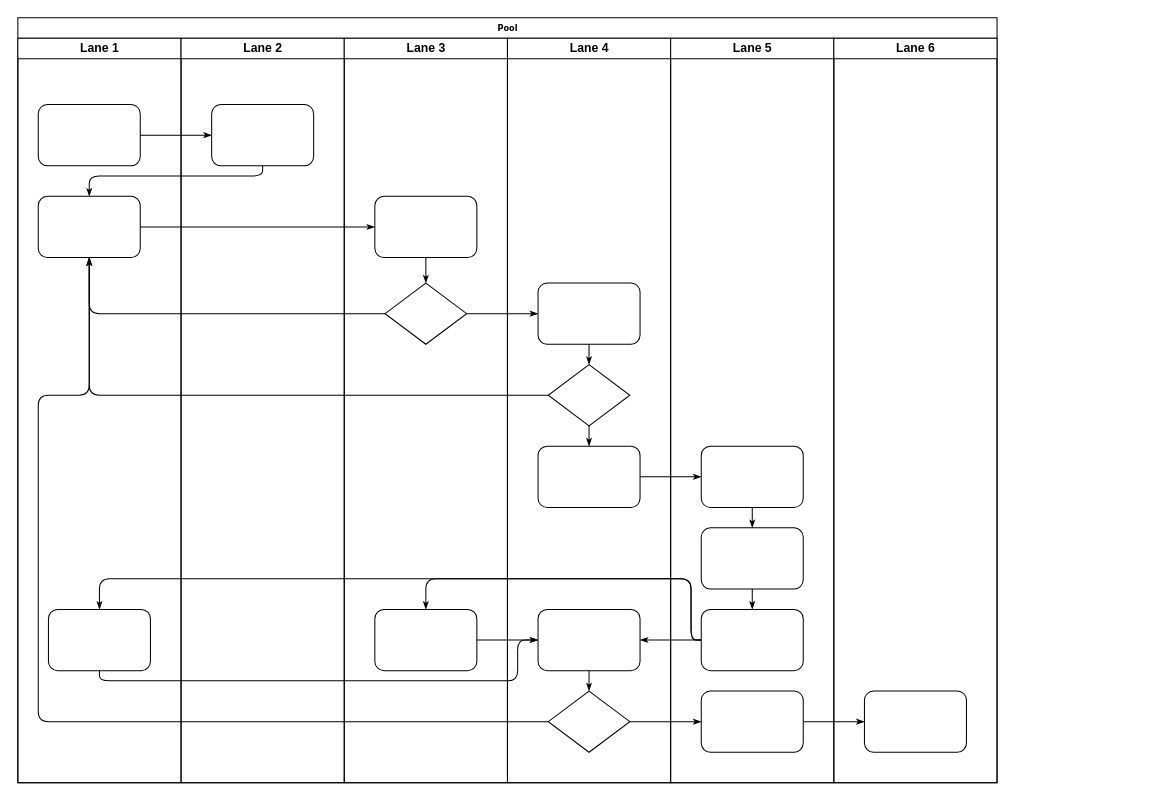
Before: Untitled Diagram.drawio in mving/Sistemas-de-informacion, a draw.io diagram. Source tidied: cells renumbered, new cells numbered last; positions are measured from the earlier drawing's top-left corner, leaving out a move shared by most shapes. Both pictures are drawn from the tidied source at 102%, with x=0, y=0 at pixel (17, 17).
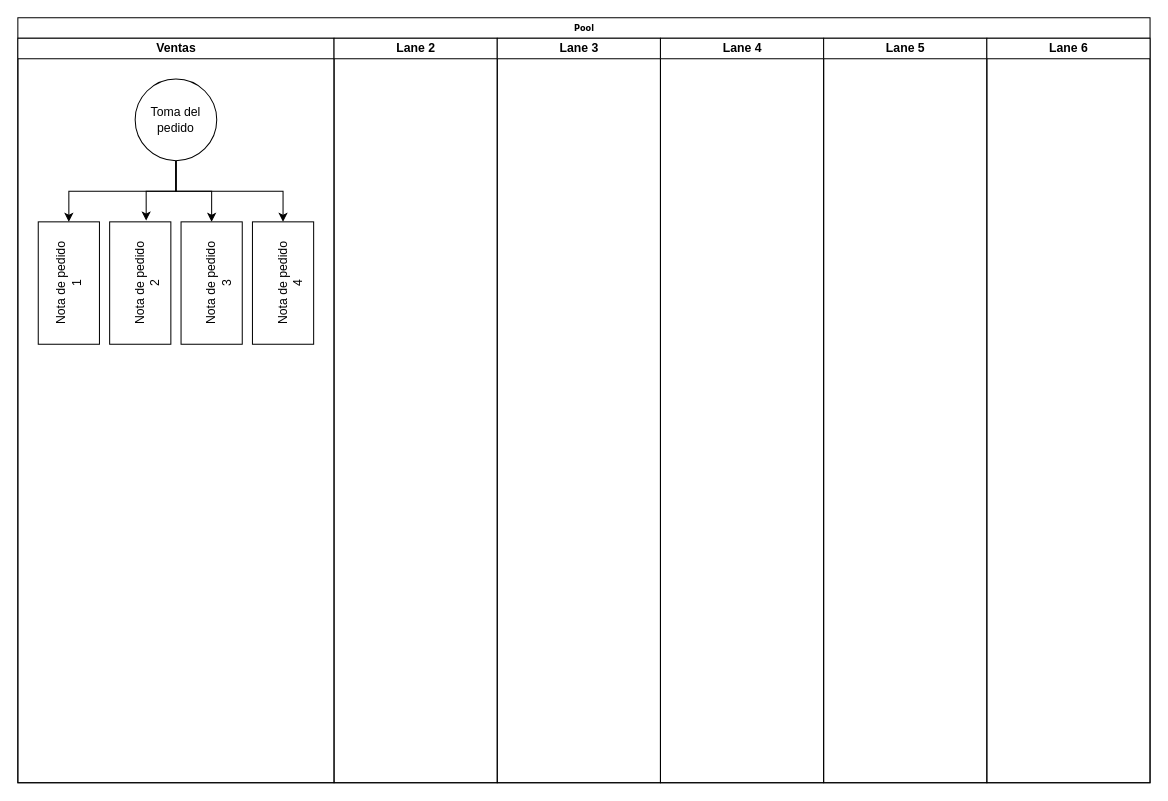
The same page after the edit.

What changed in the source:
```diff
@@
     <mxCell id="2" value="Pool" style="swimlane;html=1;startSize=20;rounded=0;shadow=0;labelBackgroundColor=none;strokeWidth=1;fontFamily=Verdana;fontSize=8;align=center;" parent="1" vertex="1">
-      <mxGeometry width="960" height="750" as="geometry" />
+      <mxGeometry width="1110" height="750" as="geometry" />
     </mxCell>
-    <mxCell id="3" value="Lane 1" style="swimlane;html=1;startSize=20;" parent="2" vertex="1">
-      <mxGeometry y="20" width="160" height="730" as="geometry" />
+    <mxCell id="3" value="Ventas" style="swimlane;html=1;startSize=20;" parent="2" vertex="1">
+      <mxGeometry y="20" width="310" height="730" as="geometry" />
     </mxCell>
-    <mxCell id="4" style="rounded=1;whiteSpace=wrap;html=1;shadow=0;labelBackgroundColor=none;strokeWidth=1;fontFamily=Verdana;fontSize=8;align=center;" parent="3" vertex="1">
-      <mxGeometry x="20" y="65" width="100" height="60" as="geometry" />
-    </mxCell>
-    <mxCell id="5" style="rounded=1;whiteSpace=wrap;html=1;shadow=0;labelBackgroundColor=none;strokeWidth=1;fontFamily=Verdana;fontSize=8;align=center;" parent="3" vertex="1">
-      <mxGeometry x="20" y="155" width="100" height="60" as="geometry" />
-    </mxCell>
-    <mxCell id="6" style="rounded=1;whiteSpace=wrap;html=1;shadow=0;labelBackgroundColor=none;strokeWidth=1;fontFamily=Verdana;fontSize=8;align=center;" parent="3" vertex="1">
-      <mxGeometry x="30" y="560" width="100" height="60" as="geometry" />
-    </mxCell>
-    <mxCell id="7" style="edgeStyle=orthogonalEdgeStyle;rounded=1;html=1;labelBackgroundColor=none;startArrow=none;startFill=0;startSize=5;endArrow=classicThin;endFill=1;endSize=5;jettySize=auto;strokeWidth=1;fontFamily=Verdana;fontSize=8;" parent="2" edge="1" source="4" target="23">
-      <mxGeometry relative="1" as="geometry" />
-    </mxCell>
-    <mxCell id="8" style="edgeStyle=orthogonalEdgeStyle;rounded=1;html=1;labelBackgroundColor=none;startArrow=none;startFill=0;startSize=5;endArrow=classicThin;endFill=1;endSize=5;jettySize=auto;strokeWidth=1;fontFamily=Verdana;fontSize=8;" parent="2" edge="1" source="23" target="5">
-      <mxGeometry relative="1" as="geometry">
-        <Array as="points">
-          <mxPoint x="240" y="155" />
-          <mxPoint x="70" y="155" />
-        </Array>
-      </mxGeometry>
-    </mxCell>
-    <mxCell id="9" style="edgeStyle=orthogonalEdgeStyle;rounded=1;html=1;labelBackgroundColor=none;startArrow=none;startFill=0;startSize=5;endArrow=classicThin;endFill=1;endSize=5;jettySize=auto;strokeWidth=1;fontFamily=Verdana;fontSize=8;" parent="2" edge="1" source="5" target="25">
-      <mxGeometry relative="1" as="geometry" />
-    </mxCell>
-    <mxCell id="10" style="edgeStyle=orthogonalEdgeStyle;rounded=1;html=1;labelBackgroundColor=none;startArrow=none;startFill=0;startSize=5;endArrow=classicThin;endFill=1;endSize=5;jettySize=auto;strokeWidth=1;fontFamily=Verdana;fontSize=8;" parent="2" edge="1" source="26" target="5">
-      <mxGeometry relative="1" as="geometry" />
-    </mxCell>
-    <mxCell id="11" style="edgeStyle=orthogonalEdgeStyle;rounded=1;html=1;labelBackgroundColor=none;startArrow=none;startFill=0;startSize=5;endArrow=classicThin;endFill=1;endSize=5;jettySize=auto;strokeWidth=1;fontFamily=Verdana;fontSize=8;" parent="2" edge="1" source="31" target="5">
-      <mxGeometry relative="1" as="geometry" />
-    </mxCell>
-    <mxCell id="12" style="edgeStyle=orthogonalEdgeStyle;rounded=1;html=1;labelBackgroundColor=none;startArrow=none;startFill=0;startSize=5;endArrow=classicThin;endFill=1;endSize=5;jettySize=auto;strokeWidth=1;fontFamily=Verdana;fontSize=8;" parent="2" edge="1" source="34" target="5">
-      <mxGeometry relative="1" as="geometry">
-        <Array as="points">
-          <mxPoint x="20" y="690" />
-          <mxPoint x="20" y="370" />
-          <mxPoint x="70" y="370" />
-        </Array>
-      </mxGeometry>
-    </mxCell>
-    <mxCell id="13" style="edgeStyle=orthogonalEdgeStyle;rounded=1;html=1;labelBackgroundColor=none;startArrow=none;startFill=0;startSize=5;endArrow=classicThin;endFill=1;endSize=5;jettySize=auto;strokeWidth=1;fontFamily=Verdana;fontSize=8;" parent="2" edge="1" source="26" target="30">
-      <mxGeometry relative="1" as="geometry" />
-    </mxCell>
-    <mxCell id="14" style="edgeStyle=orthogonalEdgeStyle;rounded=1;html=1;labelBackgroundColor=none;startArrow=none;startFill=0;startSize=5;endArrow=classicThin;endFill=1;endSize=5;jettySize=auto;strokeWidth=1;fontFamily=Verdana;fontSize=8;" parent="2" edge="1" source="34" target="42">
-      <mxGeometry relative="1" as="geometry" />
-    </mxCell>
-    <mxCell id="15" style="edgeStyle=orthogonalEdgeStyle;rounded=1;html=1;labelBackgroundColor=none;startArrow=none;startFill=0;startSize=5;endArrow=classicThin;endFill=1;endSize=5;jettySize=auto;strokeWidth=1;fontFamily=Verdana;fontSize=8;" parent="2" edge="1" source="42" target="46">
-      <mxGeometry relative="1" as="geometry" />
-    </mxCell>
-    <mxCell id="16" style="edgeStyle=orthogonalEdgeStyle;rounded=1;html=1;labelBackgroundColor=none;startArrow=none;startFill=0;startSize=5;endArrow=classicThin;endFill=1;endSize=5;jettySize=auto;strokeWidth=1;fontFamily=Verdana;fontSize=8;" parent="2" edge="1" source="32" target="39">
-      <mxGeometry relative="1" as="geometry" />
-    </mxCell>
-    <mxCell id="17" style="edgeStyle=orthogonalEdgeStyle;rounded=1;html=1;labelBackgroundColor=none;startArrow=none;startFill=0;startSize=5;endArrow=classicThin;endFill=1;endSize=5;jettySize=auto;strokeWidth=1;fontFamily=Verdana;fontSize=8;" parent="2" edge="1" source="41" target="27">
-      <mxGeometry relative="1" as="geometry">
-        <Array as="points">
-          <mxPoint x="660" y="610" />
-          <mxPoint x="660" y="550" />
-          <mxPoint x="400" y="550" />
-        </Array>
-      </mxGeometry>
-    </mxCell>
-    <mxCell id="18" style="edgeStyle=orthogonalEdgeStyle;rounded=1;html=1;labelBackgroundColor=none;startArrow=none;startFill=0;startSize=5;endArrow=classicThin;endFill=1;endSize=5;jettySize=auto;strokeColor=#000000;strokeWidth=1;fontFamily=Verdana;fontSize=8;fontColor=#000000;" parent="2" edge="1" source="41" target="33">
-      <mxGeometry relative="1" as="geometry" />
-    </mxCell>
-    <mxCell id="19" style="edgeStyle=orthogonalEdgeStyle;rounded=1;html=1;labelBackgroundColor=none;startArrow=none;startFill=0;startSize=5;endArrow=classicThin;endFill=1;endSize=5;jettySize=auto;strokeWidth=1;fontFamily=Verdana;fontSize=8;" parent="2" edge="1" source="41" target="6">
-      <mxGeometry relative="1" as="geometry">
-        <Array as="points">
-          <mxPoint x="660" y="610" />
-          <mxPoint x="660" y="550" />
-          <mxPoint x="80" y="550" />
-        </Array>
-      </mxGeometry>
-    </mxCell>
-    <mxCell id="20" style="edgeStyle=orthogonalEdgeStyle;rounded=1;html=1;labelBackgroundColor=none;startArrow=none;startFill=0;startSize=5;endArrow=classicThin;endFill=1;endSize=5;jettySize=auto;strokeWidth=1;fontFamily=Verdana;fontSize=8;" parent="2" edge="1" source="6" target="33">
-      <mxGeometry relative="1" as="geometry">
-        <Array as="points">
-          <mxPoint x="80" y="650" />
-          <mxPoint x="490" y="650" />
-          <mxPoint x="490" y="610" />
-        </Array>
-      </mxGeometry>
-    </mxCell>
-    <mxCell id="21" style="edgeStyle=orthogonalEdgeStyle;rounded=1;html=1;labelBackgroundColor=none;startArrow=none;startFill=0;startSize=5;endArrow=classicThin;endFill=1;endSize=5;jettySize=auto;strokeWidth=1;fontFamily=Verdana;fontSize=8;" parent="2" edge="1" source="27" target="33">
-      <mxGeometry relative="1" as="geometry" />
-    </mxCell>
+    <mxCell id="47" style="edgeStyle=orthogonalEdgeStyle;rounded=0;jettySize=auto;html=1;exitX=0.5;exitY=1;exitDx=0;exitDy=0;entryX=1;entryY=0.5;entryDx=0;entryDy=0;" parent="3" edge="1" source="51" target="54">
+      <mxGeometry relative="1" as="geometry" />
+    </mxCell>
+    <mxCell id="48" style="edgeStyle=orthogonalEdgeStyle;rounded=0;jettySize=auto;html=1;entryX=1.01;entryY=0.597;entryDx=0;entryDy=0;entryPerimeter=0;" parent="3" edge="1" source="51" target="53">
+      <mxGeometry relative="1" as="geometry" />
+    </mxCell>
+    <mxCell id="49" style="edgeStyle=orthogonalEdgeStyle;rounded=0;jettySize=auto;html=1;exitX=0.5;exitY=1;exitDx=0;exitDy=0;entryX=1;entryY=0.5;entryDx=0;entryDy=0;" parent="3" edge="1" source="51" target="55">
+      <mxGeometry relative="1" as="geometry" />
+    </mxCell>
+    <mxCell id="50" style="edgeStyle=orthogonalEdgeStyle;rounded=0;jettySize=auto;html=1;" parent="3" edge="1" source="51" target="52">
+      <mxGeometry relative="1" as="geometry">
+        <Array as="points">
+          <mxPoint x="155" y="150" />
+          <mxPoint x="50" y="150" />
+        </Array>
+      </mxGeometry>
+    </mxCell>
+    <mxCell id="51" value="Toma del pedido" style="ellipse;whiteSpace=wrap;html=1;" parent="3" vertex="1">
+      <mxGeometry x="115" y="40" width="80" height="80" as="geometry" />
+    </mxCell>
+    <mxCell id="52" value="Nota de pedido&lt;br&gt;1" style="rounded=0;whiteSpace=wrap;html=1;rotation=-90;" parent="3" vertex="1">
+      <mxGeometry x="-10" y="210" width="120" height="60" as="geometry" />
+    </mxCell>
+    <mxCell id="53" value="&lt;br&gt;&lt;span style=&quot;color: rgb(0 , 0 , 0) ; font-family: &amp;#34;helvetica&amp;#34; ; font-size: 12px ; font-style: normal ; font-weight: 400 ; letter-spacing: normal ; text-align: center ; text-indent: 0px ; text-transform: none ; word-spacing: 0px ; background-color: rgb(255 , 255 , 255) ; display: inline ; float: none&quot;&gt;Nota de pedido&lt;/span&gt;&lt;br&gt;2" style="rounded=0;whiteSpace=wrap;html=1;rotation=-90;" parent="3" vertex="1">
+      <mxGeometry x="60" y="210" width="120" height="60" as="geometry" />
+    </mxCell>
+    <mxCell id="54" value="&lt;br&gt;&lt;span style=&quot;color: rgb(0 , 0 , 0) ; font-family: &amp;#34;helvetica&amp;#34; ; font-size: 12px ; font-style: normal ; font-weight: 400 ; letter-spacing: normal ; text-align: center ; text-indent: 0px ; text-transform: none ; word-spacing: 0px ; background-color: rgb(255 , 255 , 255) ; display: inline ; float: none&quot;&gt;Nota de pedido&lt;/span&gt;&lt;br&gt;4" style="rounded=0;whiteSpace=wrap;html=1;rotation=-90;" parent="3" vertex="1">
+      <mxGeometry x="200" y="210" width="120" height="60" as="geometry" />
+    </mxCell>
+    <mxCell id="55" value="&lt;br&gt;&lt;span style=&quot;color: rgb(0 , 0 , 0) ; font-family: &amp;#34;helvetica&amp;#34; ; font-size: 12px ; font-style: normal ; font-weight: 400 ; letter-spacing: normal ; text-align: center ; text-indent: 0px ; text-transform: none ; word-spacing: 0px ; background-color: rgb(255 , 255 , 255) ; display: inline ; float: none&quot;&gt;Nota de pedido&lt;/span&gt;&lt;br&gt;3" style="rounded=0;whiteSpace=wrap;html=1;rotation=-90;" parent="3" vertex="1">
+      <mxGeometry x="130" y="210" width="120" height="60" as="geometry" />
+    </mxCell>
     <mxCell id="22" value="Lane 2" style="swimlane;html=1;startSize=20;" parent="2" vertex="1">
-      <mxGeometry x="160" y="20" width="160" height="730" as="geometry" />
+      <mxGeometry x="310" y="20" width="160" height="730" as="geometry" />
     </mxCell>
-    <mxCell id="23" style="rounded=1;whiteSpace=wrap;html=1;shadow=0;labelBackgroundColor=none;strokeWidth=1;fontFamily=Verdana;fontSize=8;align=center;" parent="22" vertex="1">
-      <mxGeometry x="30" y="65" width="100" height="60" as="geometry" />
-    </mxCell>
     <mxCell id="24" value="Lane 3" style="swimlane;html=1;startSize=20;" parent="2" vertex="1">
-      <mxGeometry x="320" y="20" width="160" height="730" as="geometry" />
+      <mxGeometry x="470" y="20" width="160" height="730" as="geometry" />
     </mxCell>
-    <mxCell id="25" style="rounded=1;whiteSpace=wrap;html=1;shadow=0;labelBackgroundColor=none;strokeWidth=1;fontFamily=Verdana;fontSize=8;align=center;" parent="24" vertex="1">
-      <mxGeometry x="30" y="155" width="100" height="60" as="geometry" />
-    </mxCell>
-    <mxCell id="26" style="rhombus;whiteSpace=wrap;html=1;rounded=0;shadow=0;labelBackgroundColor=none;strokeWidth=1;fontFamily=Verdana;fontSize=8;align=center;" parent="24" vertex="1">
-      <mxGeometry x="40" y="240" width="80" height="60" as="geometry" />
-    </mxCell>
-    <mxCell id="27" style="rounded=1;whiteSpace=wrap;html=1;shadow=0;labelBackgroundColor=none;strokeWidth=1;fontFamily=Verdana;fontSize=8;align=center;" parent="24" vertex="1">
-      <mxGeometry x="30" y="560" width="100" height="60" as="geometry" />
-    </mxCell>
-    <mxCell id="28" style="edgeStyle=orthogonalEdgeStyle;rounded=1;html=1;labelBackgroundColor=none;startArrow=none;startFill=0;startSize=5;endArrow=classicThin;endFill=1;endSize=5;jettySize=auto;strokeWidth=1;fontFamily=Verdana;fontSize=8;" parent="24" edge="1" source="25" target="26">
-      <mxGeometry relative="1" as="geometry" />
-    </mxCell>
     <mxCell id="29" value="Lane 4" style="swimlane;html=1;startSize=20;" parent="2" vertex="1">
-      <mxGeometry x="480" y="20" width="160" height="730" as="geometry" />
+      <mxGeometry x="630" y="20" width="160" height="730" as="geometry" />
     </mxCell>
-    <mxCell id="30" style="rounded=1;whiteSpace=wrap;html=1;shadow=0;labelBackgroundColor=none;strokeWidth=1;fontFamily=Verdana;fontSize=8;align=center;" parent="29" vertex="1">
-      <mxGeometry x="30" y="240" width="100" height="60" as="geometry" />
-    </mxCell>
-    <mxCell id="31" style="rhombus;whiteSpace=wrap;html=1;rounded=0;shadow=0;labelBackgroundColor=none;strokeWidth=1;fontFamily=Verdana;fontSize=8;align=center;" parent="29" vertex="1">
-      <mxGeometry x="40" y="320" width="80" height="60" as="geometry" />
-    </mxCell>
-    <mxCell id="32" style="rounded=1;whiteSpace=wrap;html=1;shadow=0;labelBackgroundColor=none;strokeWidth=1;fontFamily=Verdana;fontSize=8;align=center;" parent="29" vertex="1">
-      <mxGeometry x="30" y="400" width="100" height="60" as="geometry" />
-    </mxCell>
-    <mxCell id="33" style="rounded=1;whiteSpace=wrap;html=1;shadow=0;labelBackgroundColor=none;strokeWidth=1;fontFamily=Verdana;fontSize=8;align=center;" parent="29" vertex="1">
-      <mxGeometry x="30" y="560" width="100" height="60" as="geometry" />
-    </mxCell>
-    <mxCell id="34" style="rhombus;whiteSpace=wrap;html=1;rounded=0;shadow=0;labelBackgroundColor=none;strokeWidth=1;fontFamily=Verdana;fontSize=8;align=center;" parent="29" vertex="1">
-      <mxGeometry x="40" y="640" width="80" height="60" as="geometry" />
-    </mxCell>
-    <mxCell id="35" style="edgeStyle=orthogonalEdgeStyle;rounded=1;html=1;labelBackgroundColor=none;startArrow=none;startFill=0;startSize=5;endArrow=classicThin;endFill=1;endSize=5;jettySize=auto;strokeColor=#000000;strokeWidth=1;fontFamily=Verdana;fontSize=8;fontColor=#000000;" parent="29" edge="1" source="30" target="31">
-      <mxGeometry relative="1" as="geometry" />
-    </mxCell>
-    <mxCell id="36" style="edgeStyle=orthogonalEdgeStyle;rounded=1;html=1;labelBackgroundColor=none;startArrow=none;startFill=0;startSize=5;endArrow=classicThin;endFill=1;endSize=5;jettySize=auto;strokeWidth=1;fontFamily=Verdana;fontSize=8;" parent="29" edge="1" source="31" target="32">
-      <mxGeometry relative="1" as="geometry" />
-    </mxCell>
-    <mxCell id="37" style="edgeStyle=orthogonalEdgeStyle;rounded=1;html=1;labelBackgroundColor=none;startArrow=none;startFill=0;startSize=5;endArrow=classicThin;endFill=1;endSize=5;jettySize=auto;strokeWidth=1;fontFamily=Verdana;fontSize=8;" parent="29" edge="1" source="33" target="34">
-      <mxGeometry relative="1" as="geometry" />
-    </mxCell>
     <mxCell id="38" value="Lane 5" style="swimlane;html=1;startSize=20;" parent="2" vertex="1">
-      <mxGeometry x="640" y="20" width="160" height="730" as="geometry" />
+      <mxGeometry x="790" y="20" width="160" height="730" as="geometry" />
     </mxCell>
-    <mxCell id="39" style="rounded=1;whiteSpace=wrap;html=1;shadow=0;labelBackgroundColor=none;strokeWidth=1;fontFamily=Verdana;fontSize=8;align=center;" parent="38" vertex="1">
-      <mxGeometry x="30" y="400" width="100" height="60" as="geometry" />
-    </mxCell>
-    <mxCell id="40" style="rounded=1;whiteSpace=wrap;html=1;shadow=0;labelBackgroundColor=none;strokeWidth=1;fontFamily=Verdana;fontSize=8;align=center;" parent="38" vertex="1">
-      <mxGeometry x="30" y="480" width="100" height="60" as="geometry" />
-    </mxCell>
-    <mxCell id="41" style="rounded=1;whiteSpace=wrap;html=1;shadow=0;labelBackgroundColor=none;strokeWidth=1;fontFamily=Verdana;fontSize=8;align=center;" parent="38" vertex="1">
-      <mxGeometry x="30" y="560" width="100" height="60" as="geometry" />
-    </mxCell>
-    <mxCell id="42" style="rounded=1;whiteSpace=wrap;html=1;shadow=0;labelBackgroundColor=none;strokeWidth=1;fontFamily=Verdana;fontSize=8;align=center;" parent="38" vertex="1">
-      <mxGeometry x="30" y="640" width="100" height="60" as="geometry" />
-    </mxCell>
-    <mxCell id="43" style="edgeStyle=orthogonalEdgeStyle;rounded=1;html=1;labelBackgroundColor=none;startArrow=none;startFill=0;startSize=5;endArrow=classicThin;endFill=1;endSize=5;jettySize=auto;strokeWidth=1;fontFamily=Verdana;fontSize=8;" parent="38" edge="1" source="39" target="40">
-      <mxGeometry relative="1" as="geometry" />
-    </mxCell>
-    <mxCell id="44" style="edgeStyle=orthogonalEdgeStyle;rounded=1;html=1;labelBackgroundColor=none;startArrow=none;startFill=0;startSize=5;endArrow=classicThin;endFill=1;endSize=5;jettySize=auto;strokeWidth=1;fontFamily=Verdana;fontSize=8;" parent="38" edge="1" source="40" target="41">
-      <mxGeometry relative="1" as="geometry" />
-    </mxCell>
     <mxCell id="45" value="Lane 6" style="swimlane;html=1;startSize=20;" parent="2" vertex="1">
-      <mxGeometry x="800" y="20" width="160" height="730" as="geometry" />
+      <mxGeometry x="950" y="20" width="160" height="730" as="geometry" />
     </mxCell>
-    <mxCell id="46" style="rounded=1;whiteSpace=wrap;html=1;shadow=0;labelBackgroundColor=none;strokeWidth=1;fontFamily=Verdana;fontSize=8;align=center;" parent="45" vertex="1">
-      <mxGeometry x="30" y="640" width="100" height="60" as="geometry" />
-    </mxCell>
```
